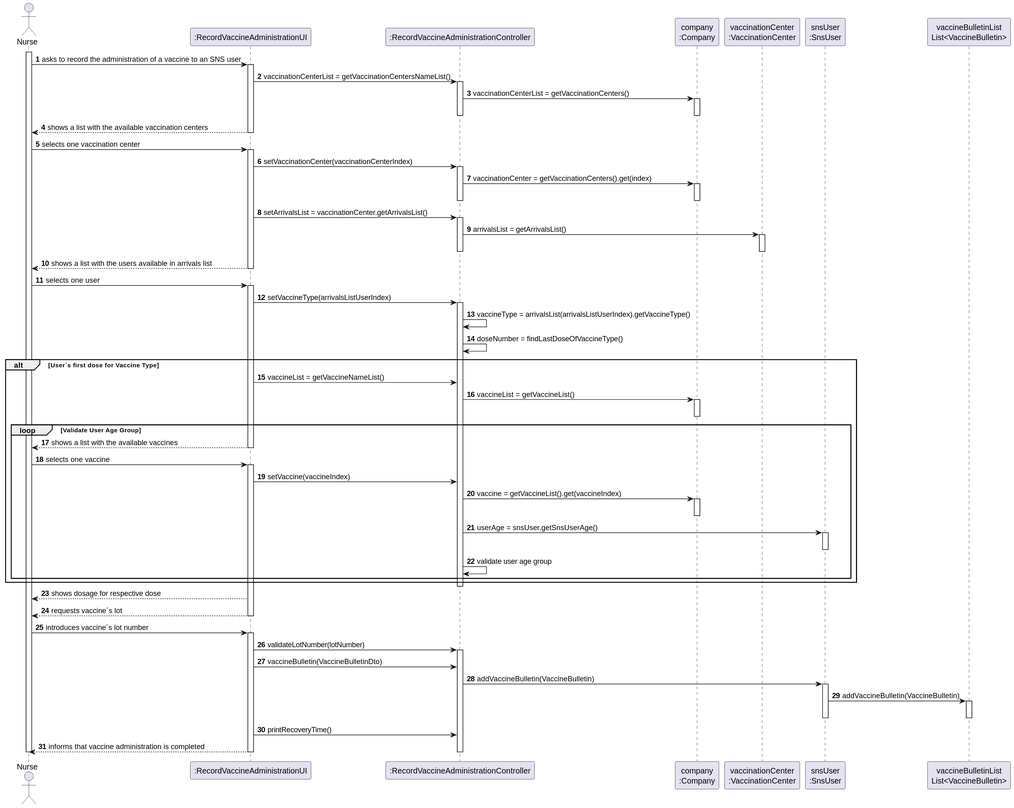
The PlantUML diagram docs/SprintD/US008/US008_SD.svg in Pirussa/lei-22-s2-1da-g02, before a commit.
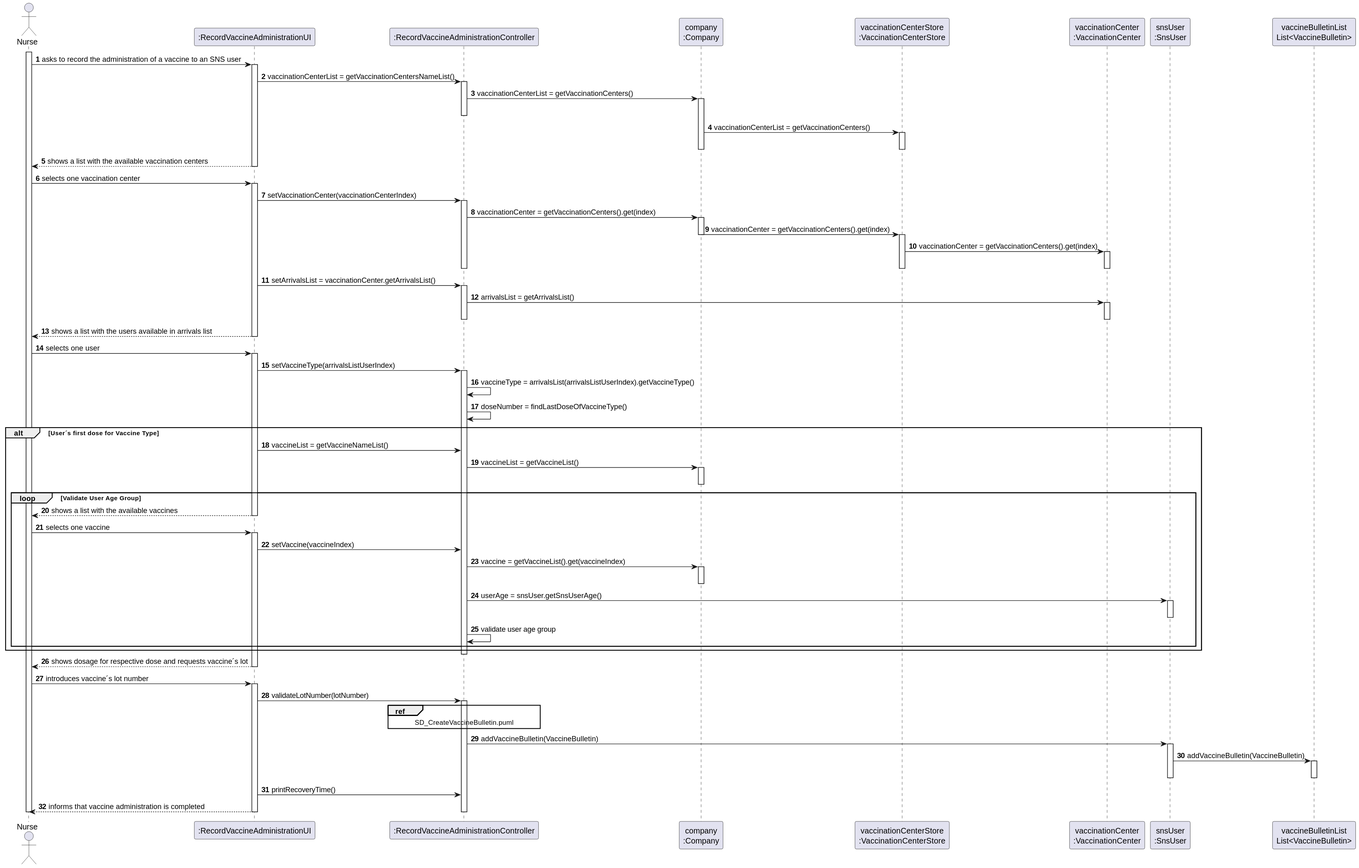
Above is the later version.

Commit message:
US008 - |Design| - Sequence Diagram svg.

What changed in the source:
```diff
@@ -7,6 +7,7 @@
 participant ":RecordVaccineAdministrationUI" as UI
 participant ":RecordVaccineAdministrationController" as CTRL
 participant "company\n:Company" as C
+participant "vaccinationCenterStore\n:VaccinationCenterStore" as VS
 participant "vaccinationCenter\n:VaccinationCenter" as VC
 participant "snsUser\n:SnsUser" as SU
 participant "vaccineBulletinList\nList<VaccineBulletin>" as L
@@ -20,8 +21,10 @@
 CTRL -> C : vaccinationCenterList = getVaccinationCenters()
 activate C
 deactivate CTRL
+C -> VS : vaccinationCenterList = getVaccinationCenters()
+activate VS
+deactivate VS
 deactivate C
-
 UI --> N : shows a list with the available vaccination centers
 deactivate UI
 
@@ -31,7 +34,13 @@
 activate CTRL
 CTRL -> C : vaccinationCenter = getVaccinationCenters().get(index)
 activate C
+C -> VS : vaccinationCenter = getVaccinationCenters().get(index)
 deactivate C
+activate VS
+VS -> VC : vaccinationCenter = getVaccinationCenters().get(index)
+activate VC
+deactivate VC
+deactivate VS
 deactivate CTRL
 
 UI -> CTRL : setArrivalsList = vaccinationCenter.getArrivalsList()
@@ -72,8 +81,7 @@
 end
 end
 deactivate CTRL
-UI --> N : shows dosage for respective dose
-UI --> N :requests vaccine´s lot
+UI --> N : shows dosage for respective dose and requests vaccine´s lot
 deactivate UI
 N -> UI : introduces vaccine´s lot number
 activate UI
@@ -81,7 +89,8 @@
 UI -> CTRL : validateLotNumber(lotNumber)
 activate CTRL
 
-UI -> CTRL : vaccineBulletin(VaccineBulletinDto)
+ref over CTRL : SD_CreateVaccineBulletin.puml
+
 
 CTRL -> SU : addVaccineBulletin(VaccineBulletin)
 activate SU
```
